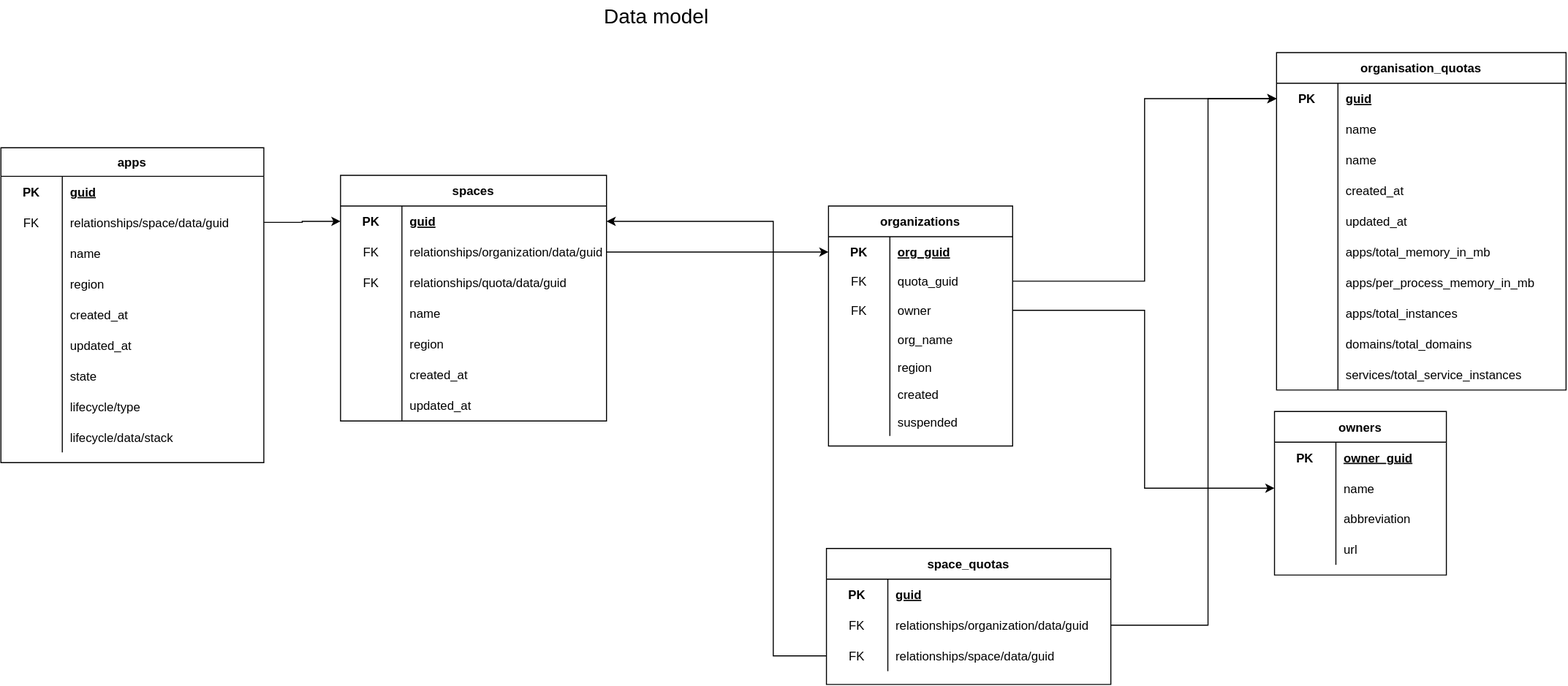
Earlier version of the draw.io export docs/datamodel.svg (alphagov/paas-steampipe-dashboard). Source tidied: cells renumbered, new cells last; positions are measured from the earlier drawing's top-left corner, leaving out a move shared by most shapes.
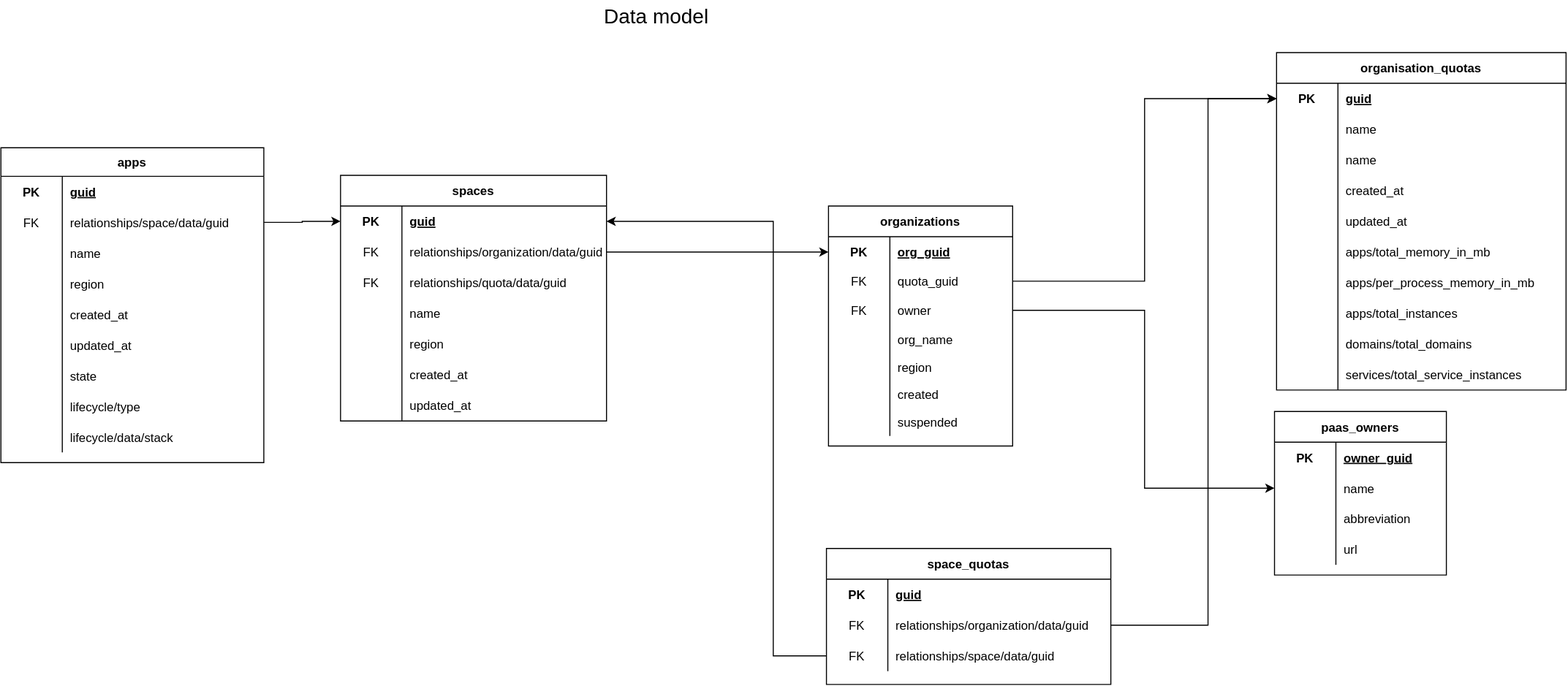
After the commit.

What changed in the source:
```diff
@@ -323,7 +323,7 @@
     <mxCell id="108" style="edgeStyle=orthogonalEdgeStyle;rounded=0;jettySize=auto;html=1;entryX=0;entryY=0.5;entryDx=0;entryDy=0;" parent="1" edge="1" source="83" target="25">
       <mxGeometry relative="1" as="geometry" />
     </mxCell>
-    <mxCell id="109" value="owners" style="shape=table;startSize=30;rowLines=0;fontStyle=1;align=center;" parent="1" vertex="1">
+    <mxCell id="109" value="paas_owners" style="shape=table;startSize=30;rowLines=0;fontStyle=1;align=center;" parent="1" vertex="1">
       <mxGeometry x="1245" y="402" width="168" height="160" as="geometry" />
     </mxCell>
     <mxCell id="110" style="shape=tableRow;horizontal=0;startSize=0;swimlaneHead=0;swimlaneBody=0;fillColor=none;top=0;left=0;right=0;bottom=0;" parent="109" vertex="1">
```
